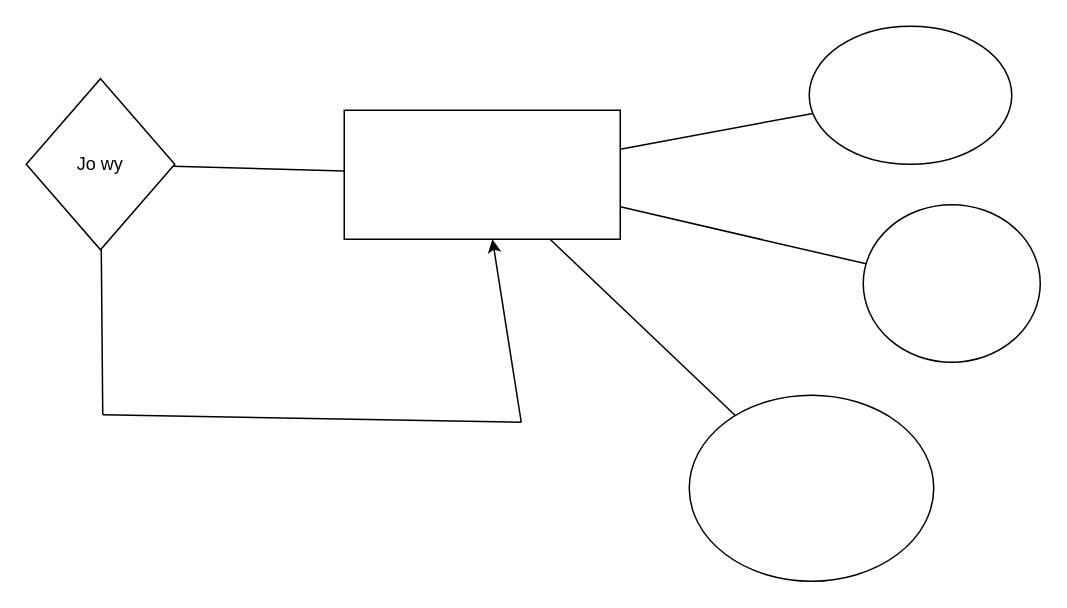
Earlier version of the draw.io diagram result.drawio (DavidSzelepcsenyi/szakdoga). Source tidied: cells renumbered, new cells numbered last; positions are measured from the earlier drawing's top-left corner, leaving out a move shared by most shapes. Both pictures are drawn from the tidied source at 150%, with x=0, y=0 at pixel (26, 26).
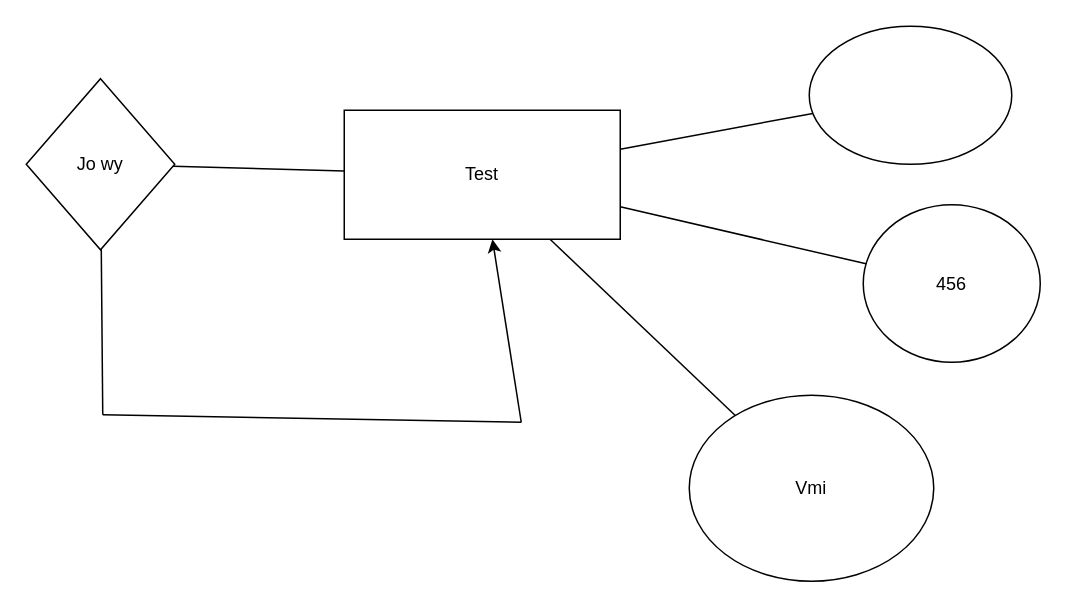
The same page after the edit.

Change to the diagram source:
```diff
@@
 <mxGraphModel>
   <root>
     <mxCell id="0" />
     <mxCell id="1" parent="0" />
-    <mxCell id="2" style="ellipse;whiteSpace=wrap;html=1;" parent="1" vertex="1">
+    <mxCell id="2" value="Vmi" style="ellipse;whiteSpace=wrap;html=1;" parent="1" vertex="1">
       <mxGeometry x="442" y="246" width="163" height="124" as="geometry" />
     </mxCell>
-    <mxCell id="3" style="ellipse;whiteSpace=wrap;html=1;" parent="1" vertex="1">
+    <mxCell id="3" value="456" style="ellipse;whiteSpace=wrap;html=1;" parent="1" vertex="1">
       <mxGeometry x="558" y="119" width="118" height="105" as="geometry" />
     </mxCell>
-    <mxCell id="4" style="rounded=0;whiteSpace=wrap;html=1;" parent="1" vertex="1">
+    <mxCell id="4" value="Test" style="rounded=0;whiteSpace=wrap;html=1;" parent="1" vertex="1">
       <mxGeometry x="212" y="56" width="184" height="86" as="geometry" />
     </mxCell>
     <mxCell id="5" value="Jo wy " style="rhombus;whiteSpace=wrap;html=1;" parent="1" vertex="1">
       <mxGeometry y="35" width="99" height="114" as="geometry" />
     </mxCell>
     <mxCell id="6" style="ellipse;whiteSpace=wrap;html=1;" parent="1" vertex="1">
       <mxGeometry x="522" width="135" height="92" as="geometry" />
     </mxCell>
     <mxCell id="7" style="endArrow=none;html=1;rounded=0;" parent="1" edge="1" source="1" target="6">
       <mxGeometry relative="1" as="geometry" />
     </mxCell>
     <mxCell id="8" style="endArrow=none;html=1;rounded=0;" parent="1" edge="1" source="4" target="6">
       <mxGeometry relative="1" as="geometry" />
     </mxCell>
     <mxCell id="9" style="endArrow=none;html=1;rounded=0;" parent="1" edge="1" source="5" target="4">
       <mxGeometry relative="1" as="geometry" />
     </mxCell>
     <mxCell id="10" style="endArrow=none;html=1;rounded=0;" parent="1" edge="1" source="4" target="3">
       <mxGeometry relative="1" as="geometry" />
     </mxCell>
     <mxCell id="11" style="endArrow=none;html=1;rounded=0;" parent="1" edge="1" source="5">
       <mxGeometry relative="1" as="geometry">
         <mxPoint x="51" y="259" as="targetPoint" />
       </mxGeometry>
     </mxCell>
     <mxCell id="12" style="endArrow=classic;html=1;rounded=0;" parent="1" edge="1" target="4">
       <mxGeometry relative="1" as="geometry">
         <mxPoint x="330" y="264" as="sourcePoint" />
       </mxGeometry>
     </mxCell>
     <mxCell id="13" style="endArrow=none;html=1;rounded=0;" parent="1" edge="1" source="4" target="2">
       <mxGeometry relative="1" as="geometry" />
     </mxCell>
     <mxCell id="14" style="endArrow=none;html=1;rounded=0;" parent="1" edge="1">
       <mxGeometry relative="1" as="geometry">
         <mxPoint x="51" y="259" as="sourcePoint" />
         <mxPoint x="330" y="264" as="targetPoint" />
       </mxGeometry>
     </mxCell>
   </root>
 </mxGraphModel>
```
